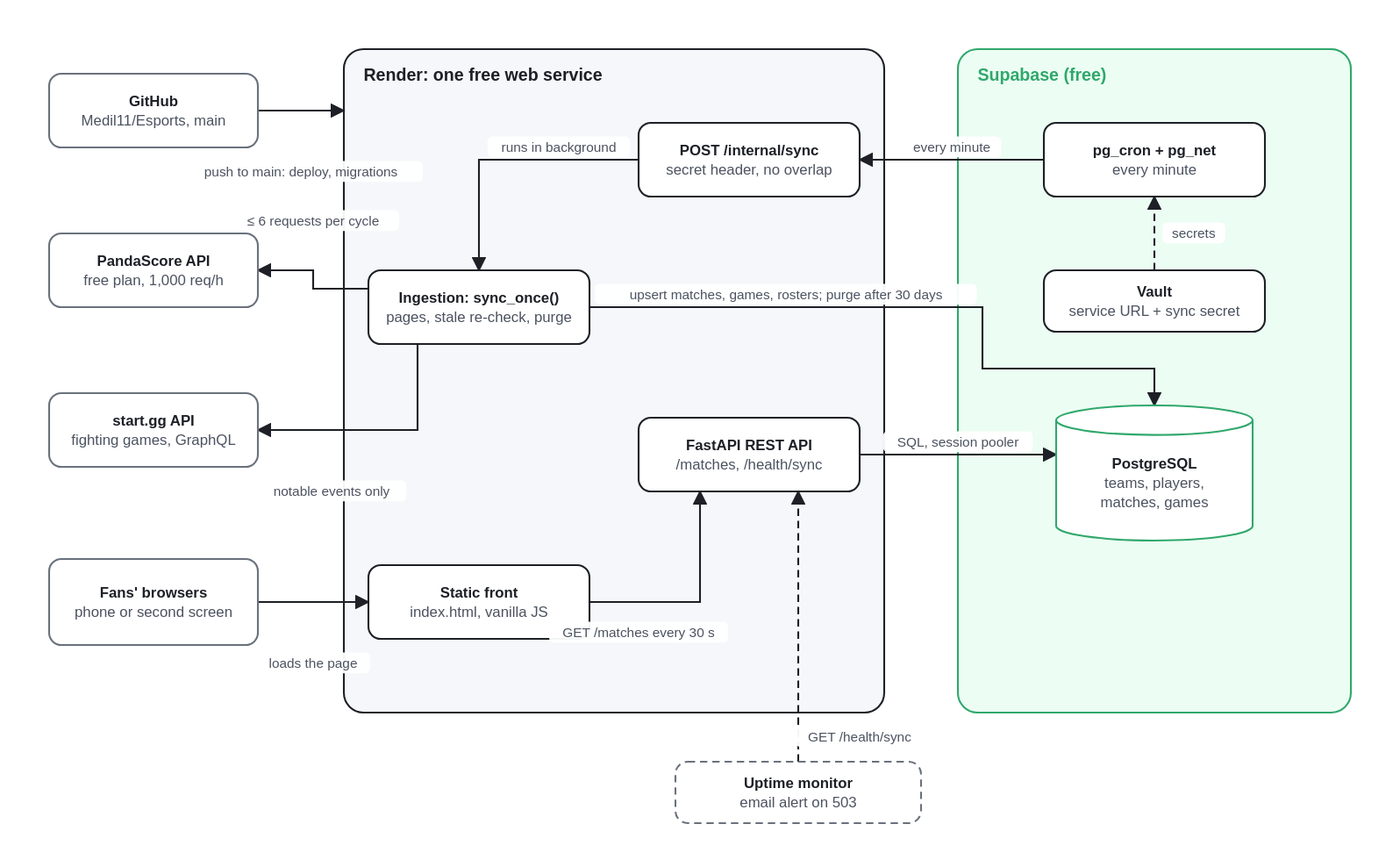
The draw.io diagram docs/architecture.drawio.svg in Medil11/Undercard, before a commit. Source tidied: cells renumbered, new cells last; positions are measured from the earlier drawing's top-left corner, leaving out a move shared by most shapes.
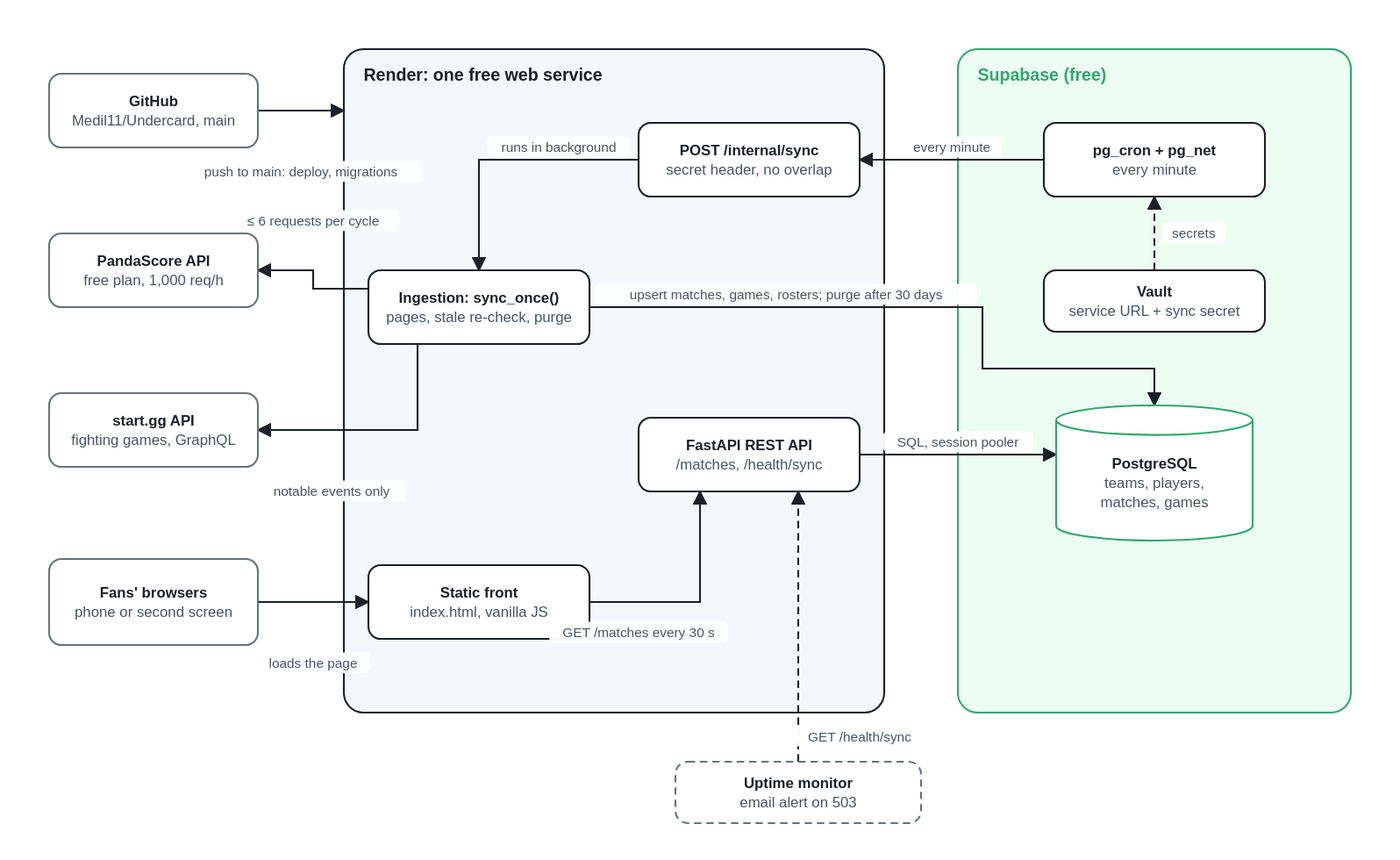
After the commit.

What changed in the source:
```diff
@@ -38,7 +38,7 @@
     <mxCell id="13" value="&lt;b&gt;Fans' browsers&lt;/b&gt;&lt;br&gt;phone or second screen" style="rounded=1;arcSize=14;whiteSpace=wrap;html=1;fillColor=#ffffff;strokeColor=#6a717d;fontSize=12;" parent="1" vertex="1">
       <mxGeometry y="415" width="170" height="70" as="geometry" />
     </mxCell>
-    <mxCell id="14" value="&lt;b&gt;GitHub&lt;/b&gt;&lt;br&gt;Medil11/Esports, main" style="rounded=1;arcSize=14;whiteSpace=wrap;html=1;fillColor=#ffffff;strokeColor=#6a717d;fontSize=12;" parent="1" vertex="1">
+    <mxCell id="14" value="&lt;b&gt;GitHub&lt;/b&gt;&lt;br&gt;Medil11/Undercard, main" style="rounded=1;arcSize=14;whiteSpace=wrap;html=1;fillColor=#ffffff;strokeColor=#6a717d;fontSize=12;" parent="1" vertex="1">
       <mxGeometry y="20" width="170" height="60" as="geometry" />
     </mxCell>
     <mxCell id="15" value="&lt;b&gt;Uptime monitor&lt;/b&gt;&lt;br&gt;email alert on 503" style="rounded=1;arcSize=14;whiteSpace=wrap;html=1;fillColor=#ffffff;strokeColor=#6a717d;fontSize=12;dashed=1;" parent="1" vertex="1">
```
